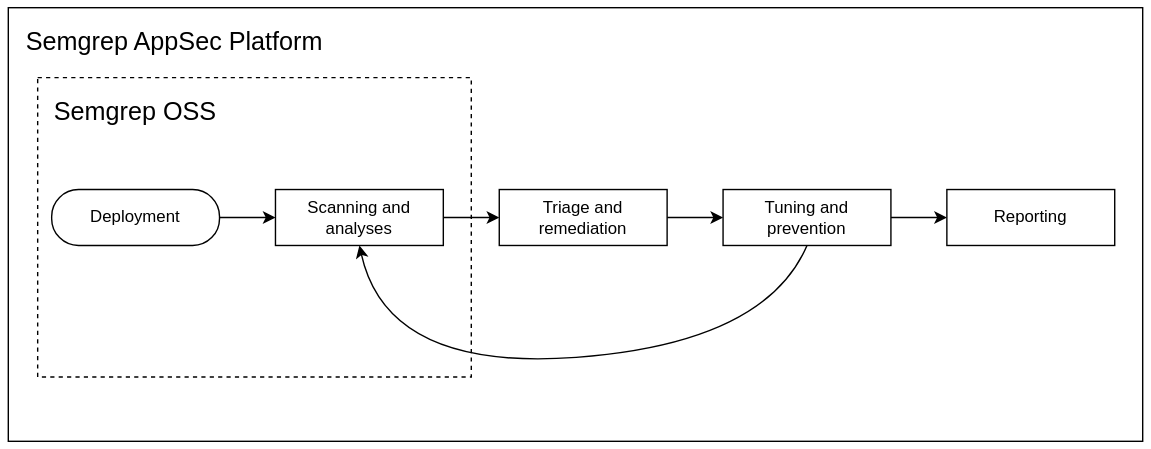
Before: static/img/security-program-workflows.svg, a diagram exported from draw.io (semgrep/semgrep-docs). Source tidied: cells renumbered, new cells last; positions are measured from the earlier drawing's top-left corner, leaving out a move shared by most shapes.
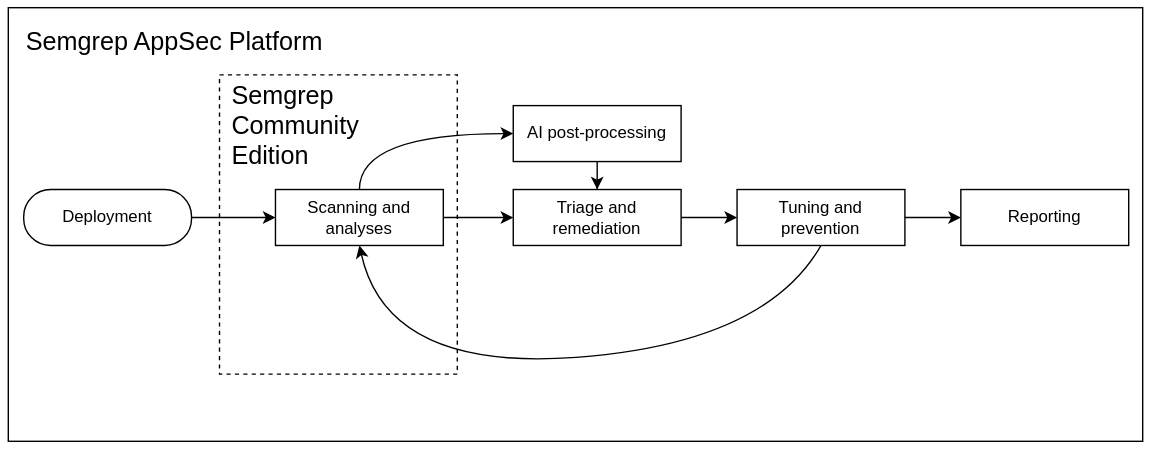
After the commit.

Diff of the diagram source:
```diff
@@ -6,17 +6,20 @@
       <mxGeometry width="811" height="310" as="geometry" />
     </mxCell>
     <mxCell id="3" style="rounded=0;whiteSpace=wrap;html=1;fillColor=default;dashed=1;" parent="1" vertex="1">
-      <mxGeometry x="21" y="50" width="310" height="214" as="geometry" />
+      <mxGeometry x="151" y="48" width="170" height="214" as="geometry" />
     </mxCell>
     <mxCell id="4" style="edgeStyle=orthogonalEdgeStyle;rounded=0;jettySize=auto;html=1;" parent="1" edge="1" source="5" target="7">
       <mxGeometry relative="1" as="geometry" />
     </mxCell>
     <mxCell id="5" value="Deployment" style="rounded=1;whiteSpace=wrap;html=1;fontSize=12;glass=0;strokeWidth=1;shadow=0;arcSize=48;" parent="1" vertex="1">
-      <mxGeometry x="31" y="130" width="120" height="40" as="geometry" />
+      <mxGeometry x="11" y="130" width="120" height="40" as="geometry" />
     </mxCell>
     <mxCell id="6" style="edgeStyle=orthogonalEdgeStyle;rounded=0;jettySize=auto;html=1;" parent="1" edge="1" source="7" target="9">
       <mxGeometry relative="1" as="geometry" />
     </mxCell>
+    <mxCell id="16" style="edgeStyle=orthogonalEdgeStyle;rounded=0;jettySize=auto;html=1;exitX=0.5;exitY=0;exitDx=0;exitDy=0;entryX=0;entryY=0.5;entryDx=0;entryDy=0;curved=1;" parent="1" edge="1" source="7" target="18">
+      <mxGeometry relative="1" as="geometry" />
+    </mxCell>
     <mxCell id="7" value="Scanning and analyses" style="rounded=0;whiteSpace=wrap;html=1;fontSize=12;glass=0;strokeWidth=1;shadow=0;arcSize=48;" parent="1" vertex="1">
       <mxGeometry x="191" y="130" width="120" height="40" as="geometry" />
     </mxCell>
@@ -24,16 +27,16 @@
       <mxGeometry relative="1" as="geometry" />
     </mxCell>
     <mxCell id="9" value="Triage and remediation" style="rounded=0;whiteSpace=wrap;html=1;fontSize=12;glass=0;strokeWidth=1;shadow=0;arcSize=48;" parent="1" vertex="1">
-      <mxGeometry x="351" y="130" width="120" height="40" as="geometry" />
+      <mxGeometry x="361" y="130" width="120" height="40" as="geometry" />
     </mxCell>
     <mxCell id="10" style="edgeStyle=orthogonalEdgeStyle;rounded=0;jettySize=auto;html=1;" parent="1" edge="1" source="11" target="12">
       <mxGeometry relative="1" as="geometry" />
     </mxCell>
     <mxCell id="11" value="Tuning and prevention" style="rounded=0;whiteSpace=wrap;html=1;fontSize=12;glass=0;strokeWidth=1;shadow=0;arcSize=48;" parent="1" vertex="1">
-      <mxGeometry x="511" y="130" width="120" height="40" as="geometry" />
+      <mxGeometry x="521" y="130" width="120" height="40" as="geometry" />
     </mxCell>
     <mxCell id="12" value="Reporting" style="rounded=0;whiteSpace=wrap;html=1;fontSize=12;glass=0;strokeWidth=1;shadow=0;arcSize=48;" parent="1" vertex="1">
-      <mxGeometry x="671" y="130" width="120" height="40" as="geometry" />
+      <mxGeometry x="681" y="130" width="120" height="40" as="geometry" />
     </mxCell>
     <mxCell id="13" style="curved=1;endArrow=classic;html=1;rounded=0;exitX=0.5;exitY=1;exitDx=0;exitDy=0;entryX=0.5;entryY=1;entryDx=0;entryDy=0;" parent="1" edge="1" source="11" target="7">
       <mxGeometry relative="1" as="geometry">
@@ -43,11 +46,17 @@
         </Array>
       </mxGeometry>
     </mxCell>
-    <mxCell id="14" value="Semgrep OSS" style="text;html=1;align=left;verticalAlign=middle;whiteSpace=wrap;rounded=0;fontSize=18;" parent="1" vertex="1">
-      <mxGeometry x="31" y="60" width="120" height="30" as="geometry" />
+    <mxCell id="14" value="Semgrep Community Edition" style="text;html=1;align=left;verticalAlign=middle;whiteSpace=wrap;rounded=0;fontSize=18;" parent="1" vertex="1">
+      <mxGeometry x="158" y="55" width="130" height="60" as="geometry" />
     </mxCell>
     <mxCell id="15" value="Semgrep AppSec Platform" style="text;html=1;align=left;verticalAlign=middle;whiteSpace=wrap;rounded=0;fontSize=18;" parent="1" vertex="1">
       <mxGeometry x="11" y="10" width="220" height="30" as="geometry" />
     </mxCell>
+    <mxCell id="17" style="edgeStyle=orthogonalEdgeStyle;rounded=0;jettySize=auto;html=1;exitX=0.5;exitY=1;exitDx=0;exitDy=0;" parent="1" edge="1" source="18" target="9">
+      <mxGeometry relative="1" as="geometry" />
+    </mxCell>
+    <mxCell id="18" value="AI post-processing" style="rounded=0;whiteSpace=wrap;html=1;fontSize=12;glass=0;strokeWidth=1;shadow=0;arcSize=48;" parent="1" vertex="1">
+      <mxGeometry x="361" y="70" width="120" height="40" as="geometry" />
+    </mxCell>
   </root>
 </mxGraphModel>
```
